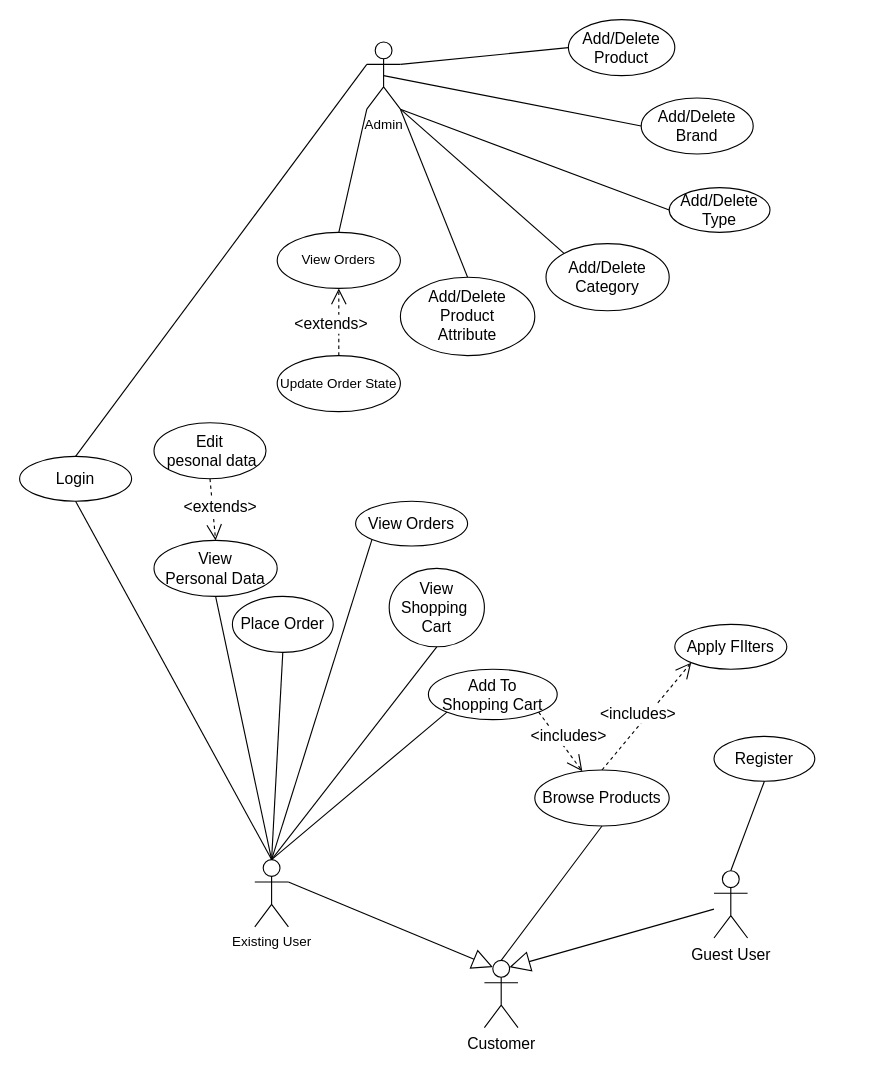
The draw.io diagram Diagrame/Use-Case-Diagram v2.drawio in sergiusergiu1234/licenta, before the edit. Source tidied: cells renumbered, new cells numbered last; positions are measured from the earlier drawing's top-left corner, leaving out a move shared by most shapes. Both pictures are drawn from the tidied source at 112%, with x=0, y=0 at pixel (19, 19).
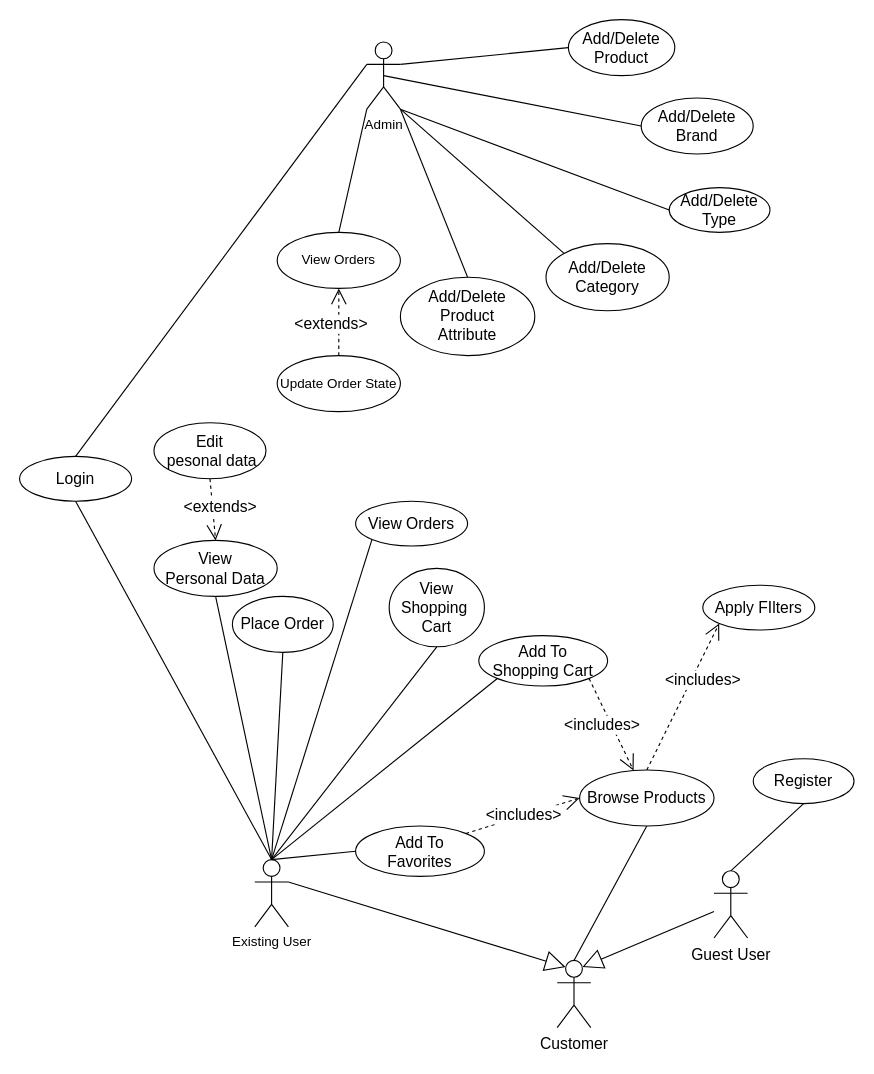
Above is the later version.

The change refers to these unchanged cells:
```xml
<mxCell id="3" value="Existing User" style="shape=umlActor;verticalLabelPosition=bottom;verticalAlign=top;html=1;outlineConnect=0;" parent="1" vertex="1">
  <mxGeometry x="210" y="750" width="30" height="60" as="geometry" />
</mxCell>
```

The edit, as a diff of the source:
```diff
@@
     <mxCell id="7" value="&lt;font style=&quot;font-size: 14px;&quot;&gt;Register&lt;/font&gt;" style="ellipse;whiteSpace=wrap;html=1;" parent="1" vertex="1">
-      <mxGeometry x="620" y="640" width="90" height="40" as="geometry" />
+      <mxGeometry x="655" y="660" width="90" height="40" as="geometry" />
     </mxCell>
@@
     <mxCell id="15" value="Apply FIlters" style="ellipse;whiteSpace=wrap;html=1;fontSize=14;" parent="1" vertex="1">
-      <mxGeometry x="585" y="540" width="100" height="40" as="geometry" />
+      <mxGeometry x="610" y="505" width="100" height="40" as="geometry" />
     </mxCell>
     <mxCell id="16" value="Browse Products" style="ellipse;whiteSpace=wrap;html=1;fontSize=14;" parent="1" vertex="1">
-      <mxGeometry x="460" y="670" width="120" height="50" as="geometry" />
+      <mxGeometry x="500" y="670" width="120" height="50" as="geometry" />
     </mxCell>
     <mxCell id="17" value="&amp;lt;includes&amp;gt;" style="endArrow=open;endSize=12;dashed=1;html=1;rounded=0;fontSize=14;exitX=0.5;exitY=0;exitDx=0;exitDy=0;entryX=0;entryY=1;entryDx=0;entryDy=0;" parent="1" edge="1" source="16" target="15">
-      <mxGeometry x="-0.06" y="7" relative="1" as="geometry" />
+      <mxGeometry x="0.29" y="-9" relative="1" as="geometry" />
     </mxCell>
@@
     <mxCell id="20" value="Customer" style="shape=umlActor;verticalLabelPosition=bottom;verticalAlign=top;html=1;outlineConnect=0;fontSize=14;" parent="1" vertex="1">
-      <mxGeometry x="415" y="840" width="30" height="60" as="geometry" />
+      <mxGeometry x="480" y="840" width="30" height="60" as="geometry" />
     </mxCell>
@@
     <mxCell id="22" value="Add To &lt;br&gt;Shopping Cart" style="ellipse;whiteSpace=wrap;html=1;fontSize=14;" parent="1" vertex="1">
-      <mxGeometry x="365" y="580" width="115" height="45" as="geometry" />
+      <mxGeometry x="410" y="550" width="115" height="45" as="geometry" />
     </mxCell>
@@
     <mxCell id="39" value="&amp;lt;includes&amp;gt;" style="endArrow=open;endSize=12;dashed=1;html=1;rounded=0;fontSize=14;exitX=1;exitY=1;exitDx=0;exitDy=0;" parent="1" edge="1" source="22" target="16">
-      <mxGeometry x="0.01" y="8" relative="1" as="geometry">
-        <mxPoint x="1" as="offset" />
-      </mxGeometry>
+      <mxGeometry x="-0.07" y="-8" relative="1" as="geometry" />
     </mxCell>
@@
+    <mxCell id="44" value="Add To&lt;br&gt;Favorites" style="ellipse;whiteSpace=wrap;html=1;fontSize=14;" parent="1" vertex="1">
+      <mxGeometry x="300" y="720" width="115" height="45" as="geometry" />
+    </mxCell>
+    <mxCell id="45" style="endArrow=none;html=1;rounded=0;entryX=0;entryY=0.5;entryDx=0;entryDy=0;exitX=0.5;exitY=0;exitDx=0;exitDy=0;exitPerimeter=0;" parent="1" edge="1" source="3" target="44">
+      <mxGeometry relative="1" as="geometry" />
+    </mxCell>
+    <mxCell id="46" value="&amp;lt;includes&amp;gt;" style="endArrow=open;endSize=12;dashed=1;html=1;rounded=0;fontSize=14;exitX=1;exitY=0;exitDx=0;exitDy=0;entryX=0;entryY=0.5;entryDx=0;entryDy=0;" parent="1" edge="1" source="44" target="16">
+      <mxGeometry x="0.02" y="1" relative="1" as="geometry" />
+    </mxCell>
```
